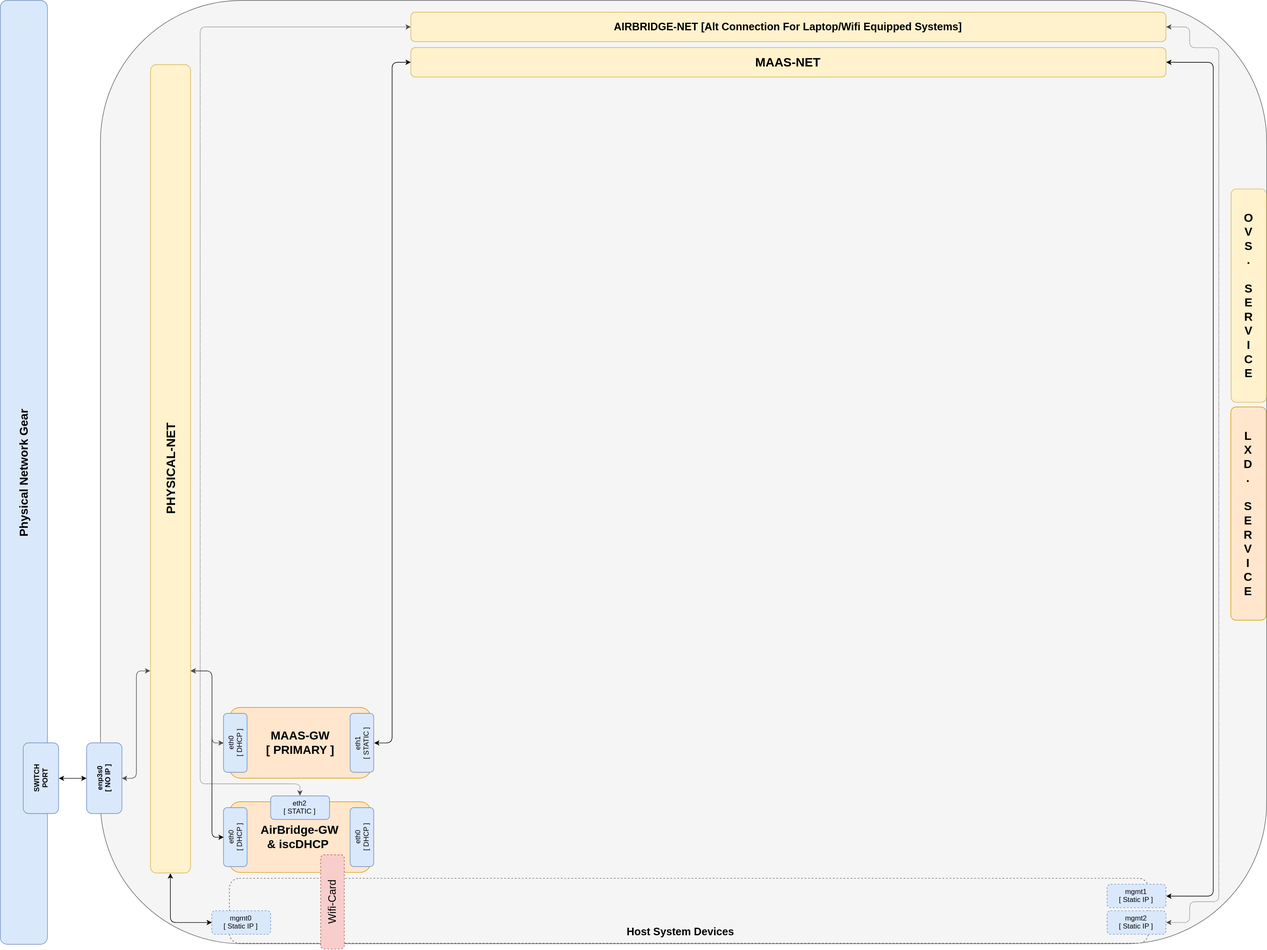
Above: 3_LXD_Network_Gateway/web/drawio/lxd-gateway.svg in KathrynMorgan/mini-stack (draw.io), before the change. Source tidied: cells renumbered, new cells last; positions are measured from the earlier drawing's top-left corner, leaving out a move shared by most shapes.
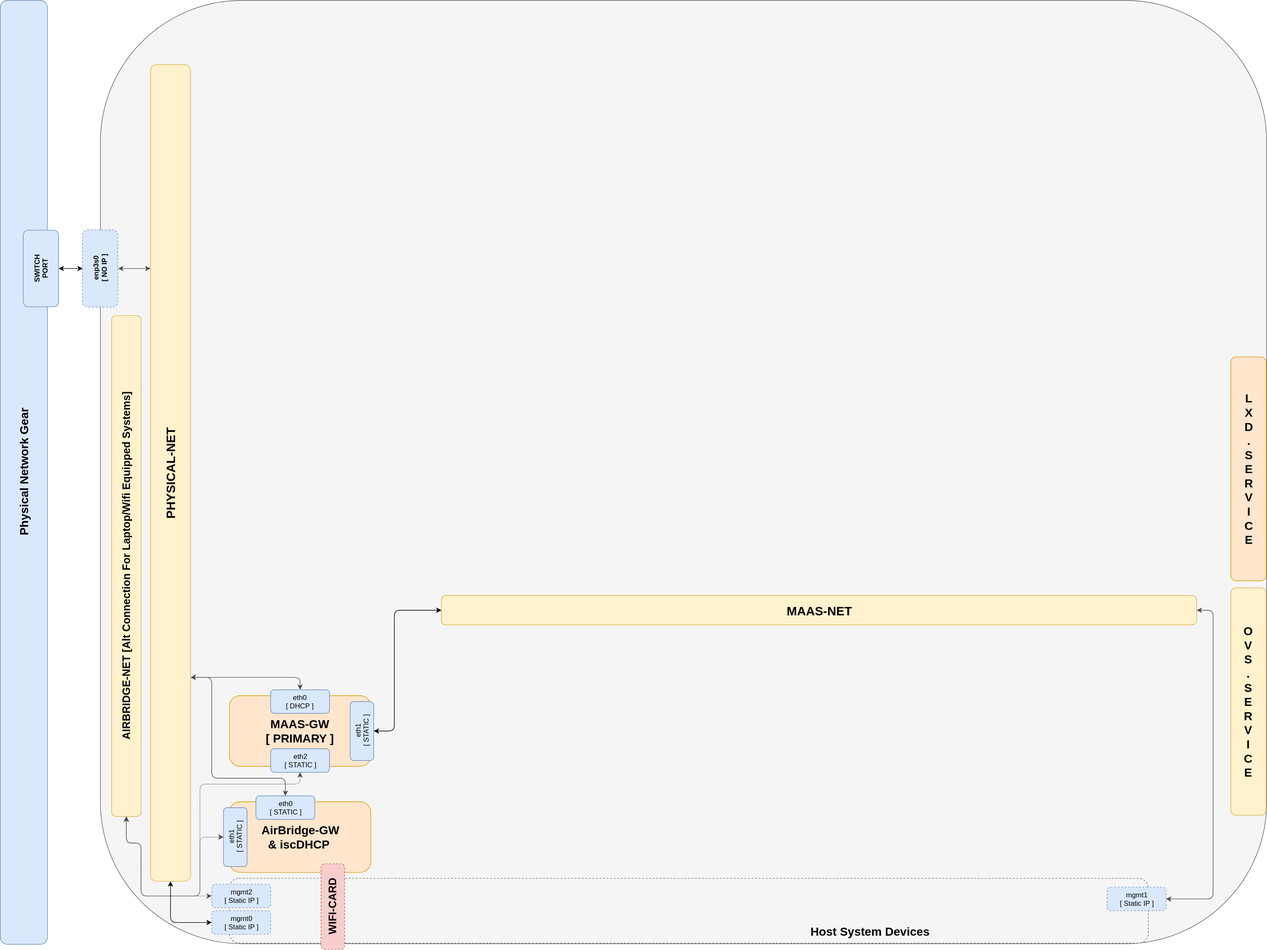
After the change.

Change to the diagram source:
```diff
@@ -11,27 +11,19 @@
     <mxCell id="4" style="edgeStyle=orthogonalEdgeStyle;rounded=1;html=1;exitX=1;exitY=0.5;entryX=0;entryY=0.5;startArrow=classic;startFill=1;jettySize=auto;strokeColor=#000000;fontSize=18;" parent="1" edge="1" source="8" target="10">
       <mxGeometry relative="1" as="geometry" />
     </mxCell>
-    <mxCell id="5" style="edgeStyle=orthogonalEdgeStyle;rounded=1;html=1;exitX=0.75;exitY=0;entryX=0.5;entryY=0;jettySize=auto;startArrow=classic;startFill=1;" parent="1" edge="1" source="8" target="21">
-      <mxGeometry relative="1" as="geometry">
-        <Array as="points">
-          <mxPoint x="1120" y="1138" />
-          <mxPoint x="1120" y="1420" />
-        </Array>
-      </mxGeometry>
-    </mxCell>
-    <mxCell id="6" style="edgeStyle=orthogonalEdgeStyle;rounded=1;html=1;exitX=0.75;exitY=1;entryX=0.5;entryY=1;startArrow=classic;startFill=1;jettySize=auto;strokeColor=#4D4D4D;" parent="1" edge="1" source="8" target="12">
+    <mxCell id="6" style="edgeStyle=orthogonalEdgeStyle;rounded=1;html=1;exitX=0.25;exitY=1;entryX=0.5;entryY=1;startArrow=classic;startFill=1;jettySize=auto;strokeColor=#4D4D4D;" parent="1" edge="1" source="8" target="12">
       <mxGeometry relative="1" as="geometry" />
     </mxCell>
     <mxCell id="7" style="edgeStyle=orthogonalEdgeStyle;rounded=1;html=1;exitX=0.75;exitY=0;entryX=0.5;entryY=0;startArrow=classic;startFill=1;jettySize=auto;strokeColor=#4D4D4D;" parent="1" edge="1" source="8" target="23">
       <mxGeometry relative="1" as="geometry">
         <Array as="points">
-          <mxPoint x="1120" y="1138" />
-          <mxPoint x="1120" y="1260" />
+          <mxPoint x="1120" y="1149" />
+          <mxPoint x="1270" y="1149" />
         </Array>
       </mxGeometry>
     </mxCell>
     <mxCell id="8" value="&lt;b&gt;&lt;font style=&quot;font-size: 21px&quot;&gt;PHYSICAL-NET&lt;/font&gt;&lt;/b&gt;" style="rounded=1;whiteSpace=wrap;html=1;fillColor=#fff2cc;strokeColor=#d6b656;direction=west;rotation=-90;" parent="1" vertex="1">
-      <mxGeometry x="364" y="761" width="1372" height="68" as="geometry" />
+      <mxGeometry x="357" y="768" width="1386" height="68" as="geometry" />
     </mxCell>
     <mxCell id="9" style="rounded=1;whiteSpace=wrap;html=1;fontSize=18;fillColor=#f5f5f5;strokeColor=#666666;dashed=1;" parent="1" vertex="1">
       <mxGeometry x="1150" y="1490" width="1560" height="110" as="geometry" />
@@ -39,91 +31,116 @@
     <mxCell id="10" value="mgmt0&lt;br&gt;[ Static IP ]&lt;br&gt;" style="rounded=1;whiteSpace=wrap;html=1;fillColor=#dae8fc;strokeColor=#6c8ebf;dashed=1;" parent="1" vertex="1">
       <mxGeometry x="1120" y="1545" width="100" height="40" as="geometry" />
     </mxCell>
-    <mxCell id="11" value="&lt;b&gt;Host System Devices&lt;br&gt;&lt;/b&gt;" style="text;html=1;strokeColor=none;fillColor=none;align=center;verticalAlign=middle;whiteSpace=wrap;rounded=0;dashed=1;fontSize=18;" parent="1" vertex="1">
-      <mxGeometry x="1790" y="1560" width="250" height="40" as="geometry" />
+    <mxCell id="11" value="&lt;b&gt;&lt;font style=&quot;font-size: 20px&quot;&gt;Host System Devices&lt;/font&gt;&lt;br&gt;&lt;/b&gt;" style="text;html=1;strokeColor=none;fillColor=none;align=center;verticalAlign=middle;whiteSpace=wrap;rounded=0;dashed=1;fontSize=18;" parent="1" vertex="1">
+      <mxGeometry x="2112" y="1560" width="250" height="40" as="geometry" />
     </mxCell>
-    <mxCell id="12" value="&lt;b&gt;enp3s0&lt;br&gt;[ NO IP ]&lt;/b&gt;" style="rounded=1;whiteSpace=wrap;html=1;fillColor=#dae8fc;strokeColor=#6c8ebf;rotation=-90;" parent="1" vertex="1">
-      <mxGeometry x="877.5" y="1290" width="120" height="60" as="geometry" />
+    <mxCell id="12" value="&lt;b&gt;enp3s0&lt;br&gt;[ NO IP ]&lt;/b&gt;" style="rounded=1;whiteSpace=wrap;html=1;fillColor=#dae8fc;strokeColor=#6c8ebf;rotation=-90;dashed=1;" parent="1" vertex="1">
+      <mxGeometry x="865" y="425" width="131" height="60" as="geometry" />
     </mxCell>
-    <mxCell id="13" style="edgeStyle=orthogonalEdgeStyle;rounded=0;html=1;exitX=0.5;exitY=1;entryX=0.5;entryY=0;startArrow=classic;startFill=1;jettySize=auto;fontSize=18;" parent="1" edge="1" source="14" target="12">
+    <mxCell id="13" style="edgeStyle=orthogonalEdgeStyle;rounded=1;html=1;exitX=0.5;exitY=1;entryX=0.5;entryY=0;startArrow=classic;startFill=1;jettySize=auto;fontSize=18;" parent="1" edge="1" source="14" target="12">
       <mxGeometry relative="1" as="geometry" />
     </mxCell>
     <mxCell id="14" value="&lt;b&gt;SWITCH&lt;br&gt;PORT&lt;/b&gt;" style="rounded=1;whiteSpace=wrap;html=1;fillColor=#dae8fc;strokeColor=#6c8ebf;rotation=-90;" parent="1" vertex="1">
-      <mxGeometry x="770" y="1290" width="120" height="60" as="geometry" />
+      <mxGeometry x="765" y="425" width="130" height="60" as="geometry" />
     </mxCell>
-    <mxCell id="15" value="&lt;b style=&quot;font-size: 20px&quot;&gt;O&lt;br&gt;V&lt;br&gt;S&lt;br&gt;.&lt;br&gt;&lt;br&gt;S&lt;br&gt;E&lt;br&gt;R&lt;br&gt;V&lt;br&gt;I&lt;br&gt;C&lt;br&gt;E&lt;/b&gt;" style="rounded=1;whiteSpace=wrap;html=1;fillColor=#fff2cc;strokeColor=#d6b656;rotation=0;" parent="1" vertex="1">
-      <mxGeometry x="2850.5" y="320" width="60" height="362" as="geometry" />
+    <mxCell id="15" value="&lt;b style=&quot;font-size: 20px&quot;&gt;O&lt;br&gt;V&lt;br&gt;S&lt;br&gt;.&lt;br&gt;S&lt;br&gt;E&lt;br&gt;R&lt;br&gt;V&lt;br&gt;I&lt;br&gt;C&lt;br&gt;E&lt;/b&gt;" style="rounded=1;whiteSpace=wrap;html=1;fillColor=#fff2cc;strokeColor=#d6b656;rotation=0;" parent="1" vertex="1">
+      <mxGeometry x="2850" y="997" width="60" height="386" as="geometry" />
     </mxCell>
-    <mxCell id="16" style="edgeStyle=orthogonalEdgeStyle;rounded=1;html=1;exitX=1;exitY=0.5;entryX=1;entryY=0.5;jettySize=auto;startArrow=classic;startFill=1;" parent="1" edge="1" source="17" target="19">
+    <mxCell id="16" style="edgeStyle=orthogonalEdgeStyle;rounded=1;html=1;exitX=1;exitY=0.5;entryX=1;entryY=0.5;startArrow=classic;startFill=1;jettySize=auto;strokeColor=#4D4D4D;" parent="1" edge="1" source="17" target="19">
       <mxGeometry relative="1" as="geometry">
         <Array as="points">
-          <mxPoint x="2820" y="1520" />
-          <mxPoint x="2820" y="105" />
+          <mxPoint x="2820" y="1525" />
+          <mxPoint x="2820" y="1035" />
         </Array>
       </mxGeometry>
     </mxCell>
     <mxCell id="17" value="mgmt1&lt;br&gt;[ Static IP ]&lt;br&gt;" style="rounded=1;whiteSpace=wrap;html=1;fillColor=#dae8fc;strokeColor=#6c8ebf;dashed=1;" parent="1" vertex="1">
-      <mxGeometry x="2640" y="1500" width="100" height="40" as="geometry" />
+      <mxGeometry x="2640" y="1505" width="100" height="40" as="geometry" />
     </mxCell>
-    <mxCell id="18" value="&lt;b style=&quot;font-size: 20px&quot;&gt;L&lt;br&gt;X&lt;br&gt;D&lt;br&gt;.&lt;br&gt;&lt;br&gt;S&lt;br&gt;E&lt;br&gt;R&lt;br&gt;V&lt;br&gt;I&lt;br&gt;C&lt;br&gt;E&lt;/b&gt;" style="rounded=1;whiteSpace=wrap;html=1;fillColor=#ffe6cc;strokeColor=#d79b00;rotation=0;" parent="1" vertex="1">
-      <mxGeometry x="2850" y="690" width="60" height="362" as="geometry" />
+    <mxCell id="18" value="&lt;b style=&quot;font-size: 20px&quot;&gt;L&lt;br&gt;X&lt;br&gt;D&lt;br&gt;.&lt;br&gt;S&lt;br&gt;E&lt;br&gt;R&lt;br&gt;V&lt;br&gt;I&lt;br&gt;C&lt;br&gt;E&lt;/b&gt;" style="rounded=1;whiteSpace=wrap;html=1;fillColor=#ffe6cc;strokeColor=#d79b00;rotation=0;" parent="1" vertex="1">
+      <mxGeometry x="2850" y="605" width="60" height="380" as="geometry" />
     </mxCell>
     <mxCell id="19" value="&lt;b&gt;&lt;font style=&quot;font-size: 21px&quot;&gt;MAAS-NET&lt;/font&gt;&lt;/b&gt;" style="rounded=1;whiteSpace=wrap;html=1;fillColor=#fff2cc;strokeColor=#d6b656;direction=east;rotation=0;" parent="1" vertex="1">
-      <mxGeometry x="1458" y="80" width="1282" height="50" as="geometry" />
+      <mxGeometry x="1510" y="1010" width="1282" height="50" as="geometry" />
     </mxCell>
     <mxCell id="20" value="&lt;font style=&quot;font-size: 20px&quot;&gt;&lt;b&gt;AirBridge-GW&lt;br&gt;&amp;amp; iscDHCP&amp;nbsp;&lt;br&gt;&lt;/b&gt;&lt;/font&gt;" style="rounded=1;whiteSpace=wrap;html=1;fillColor=#ffe6cc;strokeColor=#d79b00;" parent="1" vertex="1">
       <mxGeometry x="1150" y="1360" width="240" height="120" as="geometry" />
     </mxCell>
-    <mxCell id="21" value="eth0&lt;br&gt;[ DHCP ]&lt;br&gt;" style="rounded=1;whiteSpace=wrap;html=1;fillColor=#dae8fc;strokeColor=#6c8ebf;rotation=-90;" parent="1" vertex="1">
-      <mxGeometry x="1110" y="1400" width="100" height="40" as="geometry" />
-    </mxCell>
     <mxCell id="22" value="&lt;b&gt;&lt;font style=&quot;font-size: 20px&quot;&gt;MAAS-GW&lt;br&gt;[ PRIMARY ]&lt;br&gt;&lt;/font&gt;&lt;/b&gt;" style="rounded=1;whiteSpace=wrap;html=1;fillColor=#ffe6cc;strokeColor=#d79b00;" parent="1" vertex="1">
-      <mxGeometry x="1150" y="1200" width="240" height="120" as="geometry" />
+      <mxGeometry x="1150" y="1180" width="240" height="120" as="geometry" />
     </mxCell>
-    <mxCell id="23" value="eth0&lt;br&gt;[ DHCP ]&lt;br&gt;" style="rounded=1;whiteSpace=wrap;html=1;fillColor=#dae8fc;strokeColor=#6c8ebf;rotation=-90;" parent="1" vertex="1">
-      <mxGeometry x="1110" y="1240" width="100" height="40" as="geometry" />
+    <mxCell id="23" value="eth0&lt;br&gt;[ DHCP ]&lt;br&gt;" style="rounded=1;whiteSpace=wrap;html=1;fillColor=#dae8fc;strokeColor=#6c8ebf;rotation=0;" parent="1" vertex="1">
+      <mxGeometry x="1220" y="1170" width="100" height="40" as="geometry" />
     </mxCell>
-    <mxCell id="24" value="&lt;font style=&quot;font-size: 18px&quot;&gt;Wifi-Card&lt;/font&gt;" style="rounded=1;whiteSpace=wrap;html=1;fillColor=#f8cecc;strokeColor=#b85450;rotation=-90;dashed=1;" parent="1" vertex="1">
-      <mxGeometry x="1245" y="1510" width="160" height="40" as="geometry" />
+    <mxCell id="24" value="&lt;font style=&quot;font-size: 18px&quot;&gt;&lt;b&gt;WIFI-CARD&lt;br&gt;&lt;/b&gt;&lt;/font&gt;" style="rounded=1;whiteSpace=wrap;html=1;fillColor=#f8cecc;strokeColor=#b85450;rotation=-90;dashed=1;" parent="1" vertex="1">
+      <mxGeometry x="1253" y="1518" width="145" height="40" as="geometry" />
     </mxCell>
     <mxCell id="25" style="edgeStyle=orthogonalEdgeStyle;rounded=1;html=1;exitX=0.5;exitY=1;entryX=0;entryY=0.5;startArrow=classic;startFill=1;jettySize=auto;" parent="1" edge="1" source="26" target="19">
-      <mxGeometry relative="1" as="geometry" />
+      <mxGeometry relative="1" as="geometry">
+        <Array as="points">
+          <mxPoint x="1430" y="1240" />
+          <mxPoint x="1430" y="1035" />
+        </Array>
+      </mxGeometry>
     </mxCell>
     <mxCell id="26" value="eth1&lt;br&gt;[ STATIC ]&lt;br&gt;" style="rounded=1;whiteSpace=wrap;html=1;fillColor=#dae8fc;strokeColor=#6c8ebf;rotation=-90;" parent="1" vertex="1">
-      <mxGeometry x="1325" y="1240" width="100" height="40" as="geometry" />
+      <mxGeometry x="1325" y="1220" width="100" height="40" as="geometry" />
     </mxCell>
-    <mxCell id="27" value="eth0&lt;br&gt;[ DHCP ]&lt;br&gt;" style="rounded=1;whiteSpace=wrap;html=1;fillColor=#dae8fc;strokeColor=#6c8ebf;rotation=-90;" parent="1" vertex="1">
-      <mxGeometry x="1325" y="1400" width="100" height="40" as="geometry" />
-    </mxCell>
     <mxCell id="28" style="edgeStyle=orthogonalEdgeStyle;rounded=1;html=1;exitX=0.5;exitY=0;entryX=0;entryY=0.5;startArrow=classic;startFill=1;jettySize=auto;strokeColor=#4D4D4D;dashed=1;dashPattern=1 1;" parent="1" edge="1" source="29" target="31">
       <mxGeometry relative="1" as="geometry">
         <Array as="points">
-          <mxPoint x="1270" y="1330" />
-          <mxPoint x="1100" y="1330" />
-          <mxPoint x="1100" y="45" />
+          <mxPoint x="1100" y="1420" />
+          <mxPoint x="1100" y="1520" />
+          <mxPoint x="1000" y="1520" />
+          <mxPoint x="1000" y="1430" />
+          <mxPoint x="975" y="1430" />
         </Array>
       </mxGeometry>
     </mxCell>
-    <mxCell id="29" value="eth2&lt;br&gt;[ STATIC ]&lt;br&gt;" style="rounded=1;whiteSpace=wrap;html=1;fillColor=#dae8fc;strokeColor=#6c8ebf;rotation=0;" parent="1" vertex="1">
-      <mxGeometry x="1220" y="1350" width="100" height="40" as="geometry" />
+    <mxCell id="29" value="eth1&lt;br&gt;[ STATIC ]&lt;br&gt;" style="rounded=1;whiteSpace=wrap;html=1;fillColor=#dae8fc;strokeColor=#6c8ebf;rotation=-90;" parent="1" vertex="1">
+      <mxGeometry x="1110" y="1400" width="100" height="40" as="geometry" />
     </mxCell>
-    <mxCell id="30" style="edgeStyle=orthogonalEdgeStyle;rounded=1;html=1;exitX=1;exitY=0.5;entryX=1;entryY=0.5;dashed=1;dashPattern=1 1;startArrow=classic;startFill=1;jettySize=auto;strokeColor=#4D4D4D;" parent="1" edge="1" source="31" target="32">
-      <mxGeometry relative="1" as="geometry">
-        <Array as="points">
-          <mxPoint x="2780" y="45" />
-          <mxPoint x="2780" y="80" />
-          <mxPoint x="2830" y="80" />
-          <mxPoint x="2830" y="1530" />
-          <mxPoint x="2780" y="1530" />
-          <mxPoint x="2780" y="1565" />
-        </Array>
-      </mxGeometry>
-    </mxCell>
-    <mxCell id="31" value="&lt;b&gt;&lt;font style=&quot;font-size: 18px&quot;&gt;AIRBRIDGE-NET [Alt Connection For Laptop/Wifi Equipped Systems]&lt;/font&gt;&lt;/b&gt;" style="rounded=1;whiteSpace=wrap;html=1;fillColor=#fff2cc;strokeColor=#d6b656;direction=east;rotation=0;" parent="1" vertex="1">
-      <mxGeometry x="1458" y="20" width="1282" height="50" as="geometry" />
+    <mxCell id="31" value="&lt;b&gt;&lt;font style=&quot;font-size: 18px&quot;&gt;AIRBRIDGE-NET [Alt Connection For Laptop/Wifi Equipped Systems]&lt;/font&gt;&lt;/b&gt;" style="rounded=1;whiteSpace=wrap;html=1;fillColor=#fff2cc;strokeColor=#d6b656;direction=east;rotation=-90;" parent="1" vertex="1">
+      <mxGeometry x="550" y="935" width="850" height="50" as="geometry" />
     </mxCell>
+    <mxCell id="33" style="edgeStyle=orthogonalEdgeStyle;rounded=1;html=1;exitX=0;exitY=0.5;entryX=0;entryY=0.5;dashed=1;dashPattern=1 1;startArrow=classic;startFill=1;jettySize=auto;strokeColor=#4D4D4D;" parent="1" edge="1" source="32" target="31">
+      <mxGeometry relative="1" as="geometry">
+        <Array as="points">
+          <mxPoint x="1000" y="1520" />
+          <mxPoint x="1000" y="1430" />
+          <mxPoint x="975" y="1430" />
+        </Array>
+      </mxGeometry>
+    </mxCell>
     <mxCell id="32" value="mgmt2&lt;br&gt;[ Static IP ]&lt;br&gt;" style="rounded=1;whiteSpace=wrap;html=1;fillColor=#dae8fc;strokeColor=#6c8ebf;dashed=1;" parent="1" vertex="1">
-      <mxGeometry x="2640" y="1545" width="100" height="40" as="geometry" />
+      <mxGeometry x="1120" y="1500" width="100" height="40" as="geometry" />
     </mxCell>
+    <mxCell id="34" style="edgeStyle=orthogonalEdgeStyle;rounded=1;html=1;exitX=0.5;exitY=1;entryX=0;entryY=0.5;startArrow=classic;startFill=1;jettySize=auto;strokeColor=#4D4D4D;dashed=1;dashPattern=1 1;" parent="1" edge="1" source="35" target="31">
+      <mxGeometry relative="1" as="geometry">
+        <Array as="points">
+          <mxPoint x="1270" y="1330" />
+          <mxPoint x="1100" y="1330" />
+          <mxPoint x="1100" y="1520" />
+          <mxPoint x="1000" y="1520" />
+          <mxPoint x="1000" y="1430" />
+          <mxPoint x="975" y="1430" />
+        </Array>
+      </mxGeometry>
+    </mxCell>
+    <mxCell id="35" value="eth2&lt;br&gt;[ STATIC ]&lt;br&gt;" style="rounded=1;whiteSpace=wrap;html=1;fillColor=#dae8fc;strokeColor=#6c8ebf;rotation=0;" parent="1" vertex="1">
+      <mxGeometry x="1220" y="1270" width="100" height="40" as="geometry" />
+    </mxCell>
+    <mxCell id="36" style="edgeStyle=orthogonalEdgeStyle;rounded=1;html=1;exitX=0.5;exitY=0;entryX=0.75;entryY=0;startArrow=classic;startFill=1;jettySize=auto;strokeColor=#4D4D4D;" parent="1" edge="1" source="37" target="8">
+      <mxGeometry relative="1" as="geometry">
+        <Array as="points">
+          <mxPoint x="1245" y="1320" />
+          <mxPoint x="1120" y="1320" />
+          <mxPoint x="1120" y="1149" />
+        </Array>
+      </mxGeometry>
+    </mxCell>
+    <mxCell id="37" value="eth0&lt;br&gt;[ STATIC ]&lt;br&gt;" style="rounded=1;whiteSpace=wrap;html=1;fillColor=#dae8fc;strokeColor=#6c8ebf;rotation=0;" parent="1" vertex="1">
+      <mxGeometry x="1195" y="1350" width="100" height="40" as="geometry" />
+    </mxCell>
   </root>
 </mxGraphModel>
```
